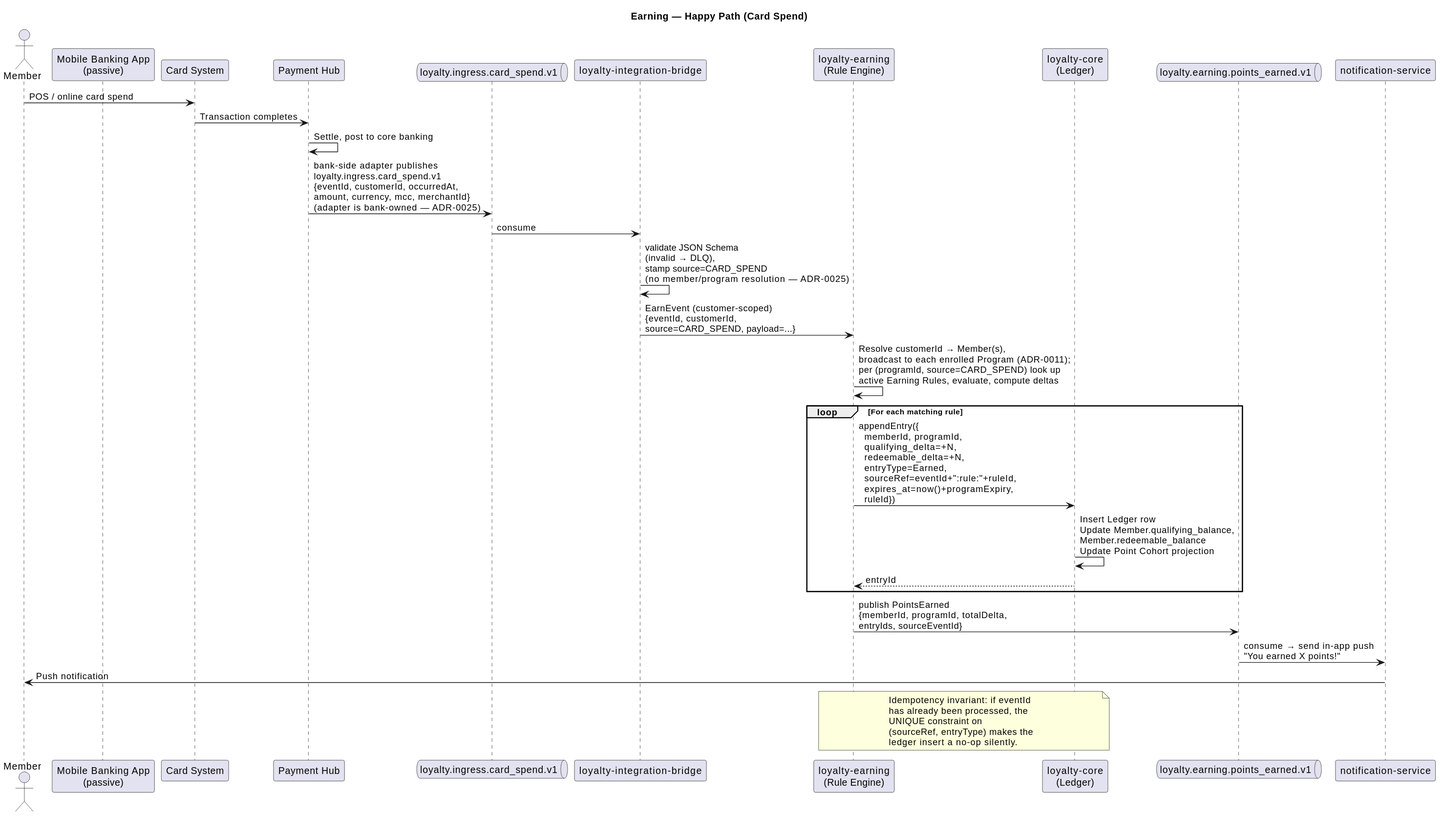
Before: images/EarningHappyPath.svg, a diagram exported from PlantUML (batnam/rochallor-loyalty).
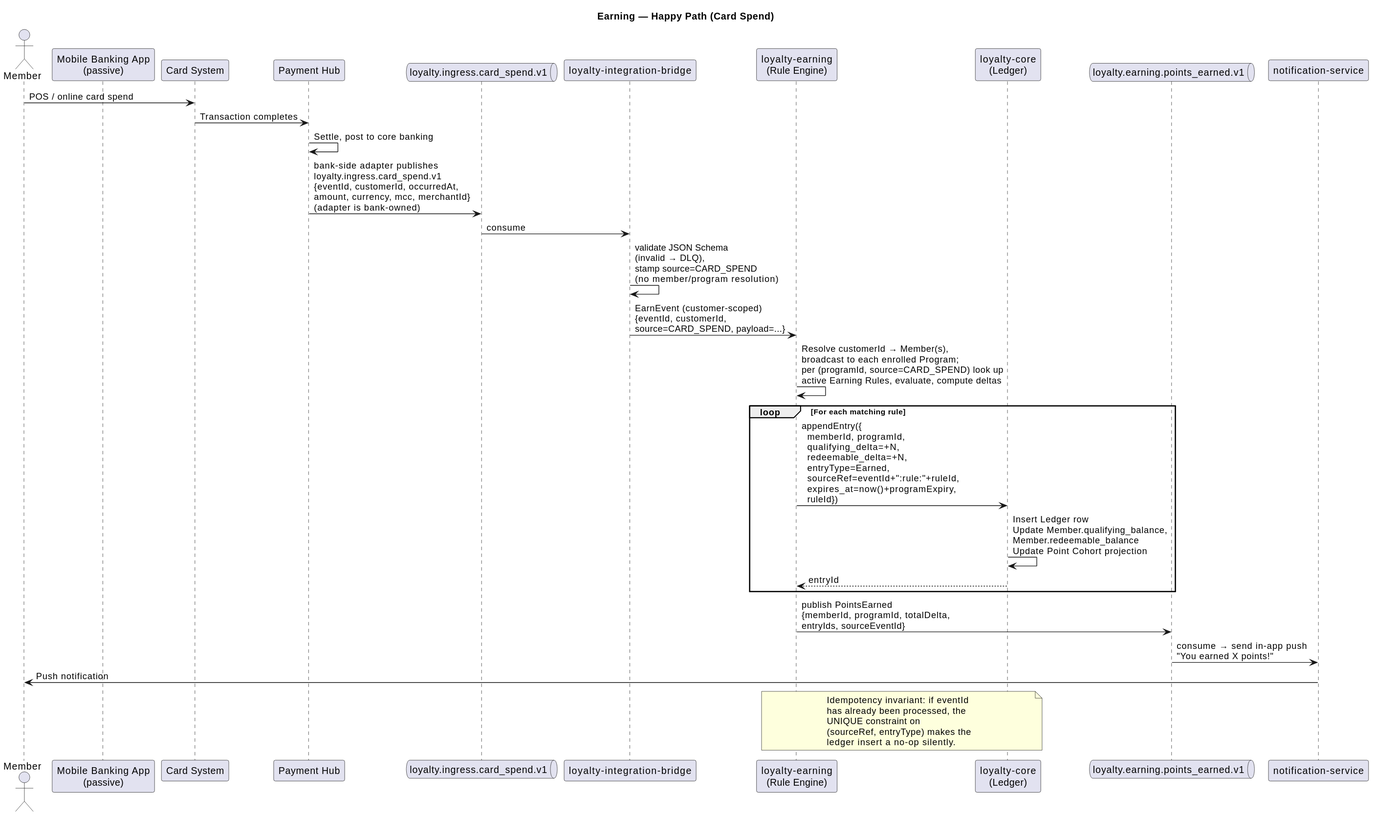
The same file after the commit.

What changed in the source:
```diff
@@ -15,13 +15,13 @@
 Member -> Card : POS / online card spend
 Card -> PH : Transaction completes
 PH -> PH : Settle, post to core banking
-PH -> K1 : bank-side adapter publishes\nloyalty.ingress.card_spend.v1\n{eventId, customerId, occurredAt,\namount, currency, mcc, merchantId}\n(adapter is bank-owned — ADR-0025)
+PH -> K1 : bank-side adapter publishes\nloyalty.ingress.card_spend.v1\n{eventId, customerId, occurredAt,\namount, currency, mcc, merchantId}\n(adapter is bank-owned)
 
 K1 -> Bridge : consume
-Bridge -> Bridge : validate JSON Schema\n(invalid → DLQ),\nstamp source=CARD_SPEND\n(no member/program resolution — ADR-0025)
+Bridge -> Bridge : validate JSON Schema\n(invalid → DLQ),\nstamp source=CARD_SPEND\n(no member/program resolution)
 Bridge -> Earn : EarnEvent (customer-scoped)\n{eventId, customerId,\nsource=CARD_SPEND, payload=...}
 
-Earn -> Earn : Resolve customerId → Member(s),\nbroadcast to each enrolled Program (ADR-0011);\nper (programId, source=CARD_SPEND) look up\nactive Earning Rules, evaluate, compute deltas
+Earn -> Earn : Resolve customerId → Member(s),\nbroadcast to each enrolled Program;\nper (programId, source=CARD_SPEND) look up\nactive Earning Rules, evaluate, compute deltas
 
 loop For each matching rule
   Earn -> Ledger : appendEntry({\n  memberId, programId,\n  qualifying_delta=+N,\n  redeemable_delta=+N,\n  entryType=Earned,\n  sourceRef=eventId+":rule:"+ruleId,\n  expires_at=now()+programExpiry,\n  ruleId})
```
